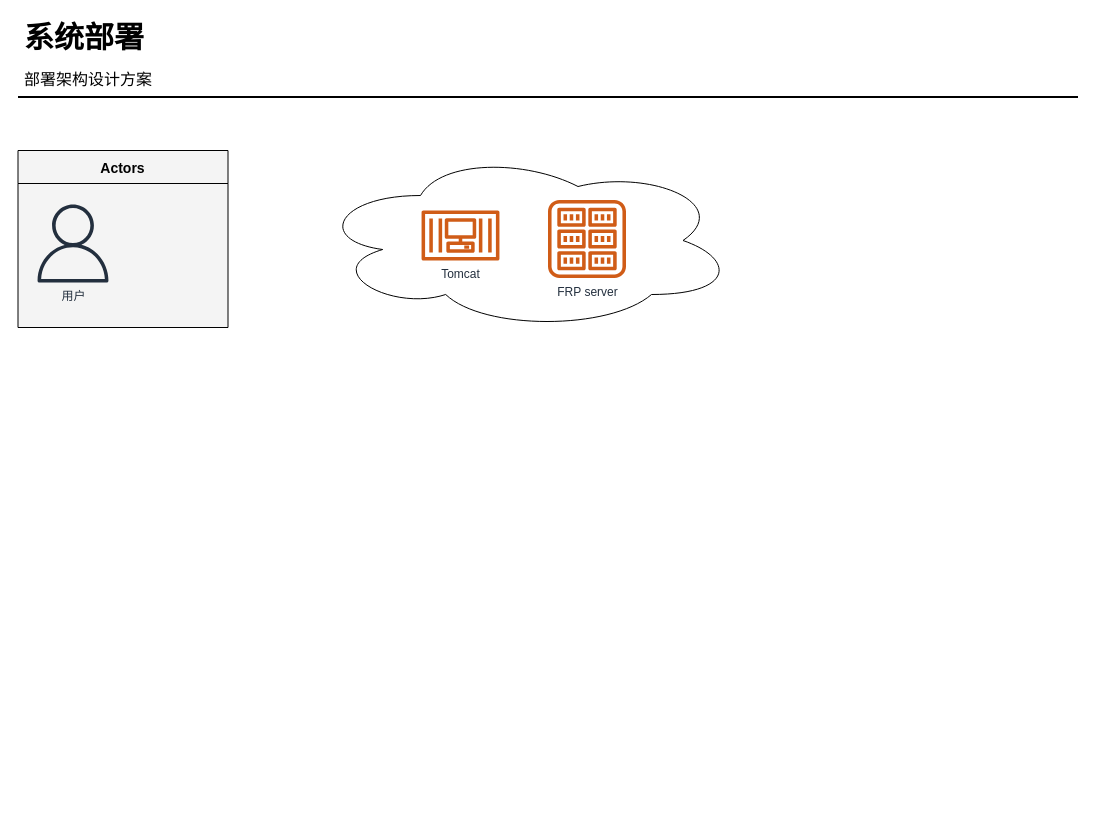
This is page "系统部署" (2 of 4) of 系统设计/系统设计.drawio from ytwei72/drawio, a draw.io file, before an edit. Source tidied: cells renumbered, new cells numbered last; positions are measured from the earlier drawing's top-left corner, leaving out a move shared by most shapes. Both pictures are drawn from the tidied source at 100%, with x=0, y=0 at pixel (17, 16). Pictures stored in the file or linked from it are replaced by grey dashed boxes.
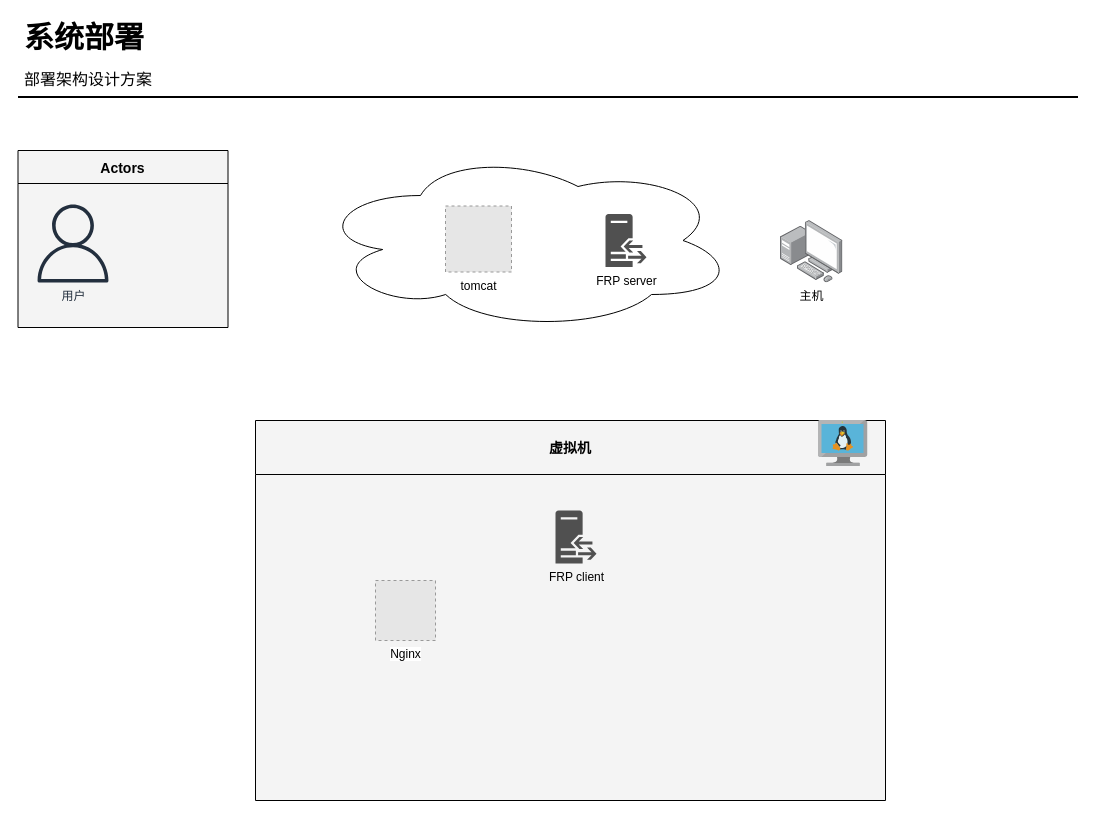
After the change.

What changed in the source:
```diff
@@
 <mxGraphModel>
   <root>
     <mxCell id="0" />
     <mxCell id="1" parent="0" />
     <mxCell id="2" value="系统部署" style="text;html=1;align=left;verticalAlign=top;spacingTop=-4;fontSize=30;fontStyle=1;labelBackgroundColor=none;" parent="1" vertex="1">
       <mxGeometry x="4.5" y="0.5" width="140" height="40" as="geometry" />
     </mxCell>
     <mxCell id="3" value="部署架构设计方案" style="text;html=1;align=left;verticalAlign=top;spacingTop=-4;fontSize=16;labelBackgroundColor=none;" parent="1" vertex="1">
       <mxGeometry x="4.5" y="50.5" width="140" height="20" as="geometry" />
     </mxCell>
     <mxCell id="4" style="line;strokeWidth=2;html=1;fontSize=14;labelBackgroundColor=none;" parent="1" vertex="1">
       <mxGeometry x="0.5" y="75.5" width="1060" height="10" as="geometry" />
     </mxCell>
     <mxCell id="5" value="Actors" style="swimlane;fontSize=14;align=center;swimlaneFillColor=#f4f4f4;fillColor=#f4f4f4;startSize=33;" parent="1" vertex="1">
       <mxGeometry x="0.5" y="134" width="210" height="177" as="geometry" />
     </mxCell>
     <mxCell id="6" value="用户" style="fontColor=#232F3E;gradientColor=none;fillColor=#232F3E;strokeColor=none;dashed=0;verticalLabelPosition=bottom;verticalAlign=top;align=center;html=1;fontSize=12;fontStyle=0;shape=mxgraph.aws4.user;labelBackgroundColor=none;" parent="5" vertex="1">
       <mxGeometry x="16" y="54" width="78" height="78" as="geometry" />
     </mxCell>
     <mxCell id="7" style="ellipse;shape=cloud;whiteSpace=wrap;html=1;" parent="1" vertex="1">
       <mxGeometry x="298" y="134" width="420" height="180" as="geometry" />
     </mxCell>
-    <mxCell id="8" value="Tomcat" style="fontColor=#232F3E;gradientColor=none;fillColor=#D05C17;strokeColor=none;dashed=0;verticalLabelPosition=bottom;verticalAlign=top;align=center;html=1;fontSize=12;fontStyle=0;shape=mxgraph.aws4.container_3;" parent="1" vertex="1">
-      <mxGeometry x="404" y="194" width="78" height="50" as="geometry" />
-    </mxCell>
-    <mxCell id="9" value="FRP server" style="fontColor=#232F3E;gradientColor=none;fillColor=#D05C17;strokeColor=none;dashed=0;verticalLabelPosition=bottom;verticalAlign=top;align=center;html=1;fontSize=12;fontStyle=0;shape=mxgraph.aws4.registry;" parent="1" vertex="1">
-      <mxGeometry x="530.5" y="183.5" width="78" height="78" as="geometry" />
+    <mxCell id="9" value="FRP server" style="shadow=0;dashed=0;html=1;strokeColor=none;fillColor=#505050;labelPosition=center;verticalLabelPosition=bottom;verticalAlign=top;align=center;shape=mxgraph.office.servers.reverse_proxy;" parent="1" vertex="1">
+      <mxGeometry x="588" y="197.5" width="41" height="53" as="geometry" />
     </mxCell>
+    <mxCell id="10" value="tomcat" style="fillColor=#E6E6E6;strokeColor=#999999;dashed=1;html=1;verticalAlign=top;verticalLabelPosition=bottom;labelBackgroundColor=#ffffff;" parent="1" vertex="1">
+      <mxGeometry x="428" y="189.5" width="66" height="66" as="geometry" />
+    </mxCell>
+    <mxCell id="11" value="主机" style="html=1;align=center;shadow=0;dashed=0;image;image=img/lib/allied_telesis/computer_and_terminals/Personal_Computer_with_Server.svg;" parent="1" vertex="1">
+      <mxGeometry x="763" y="204" width="62.4" height="62.4" as="geometry" />
+    </mxCell>
+    <mxCell id="12" value="虚拟机" style="swimlane;fontSize=14;align=center;swimlaneFillColor=#f4f4f4;fillColor=#f4f4f4;startSize=54;" parent="1" vertex="1">
+      <mxGeometry x="238" y="404" width="630" height="380" as="geometry" />
+    </mxCell>
+    <mxCell id="13" style="html=1;align=center;image;fontSize=12;image=img/lib/mscae/VM_Linux.svg;" parent="12" vertex="1">
+      <mxGeometry x="562.5" width="50" height="46" as="geometry" />
+    </mxCell>
+    <mxCell id="14" value="FRP client" style="shadow=0;dashed=0;html=1;strokeColor=none;fillColor=#505050;labelPosition=center;verticalLabelPosition=bottom;verticalAlign=top;align=center;shape=mxgraph.office.servers.reverse_proxy;" parent="12" vertex="1">
+      <mxGeometry x="300" y="90" width="41" height="53" as="geometry" />
+    </mxCell>
+    <mxCell id="15" value="Nginx" style="fillColor=#E6E6E6;strokeColor=#999999;dashed=1;html=1;verticalAlign=top;verticalLabelPosition=bottom;labelBackgroundColor=#ffffff;" parent="12" vertex="1">
+      <mxGeometry x="120" y="160" width="60" height="60" as="geometry" />
+    </mxCell>
   </root>
 </mxGraphModel>
```
